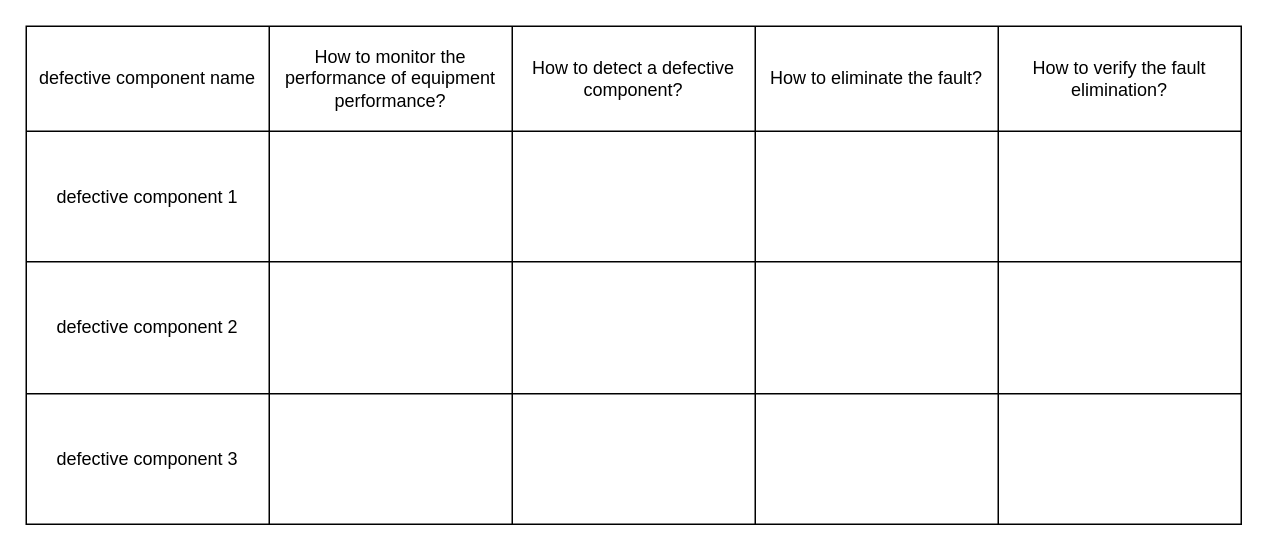
Above: Repairing the defective components.drawio in amerezoji1362/drawio-github (draw.io), before the change. Source tidied: cells renumbered, new cells numbered last; positions are measured from the earlier drawing's top-left corner, leaving out a move shared by most shapes. Both pictures are drawn from the tidied source at 150%, with x=0, y=0 at pixel (26, 26).
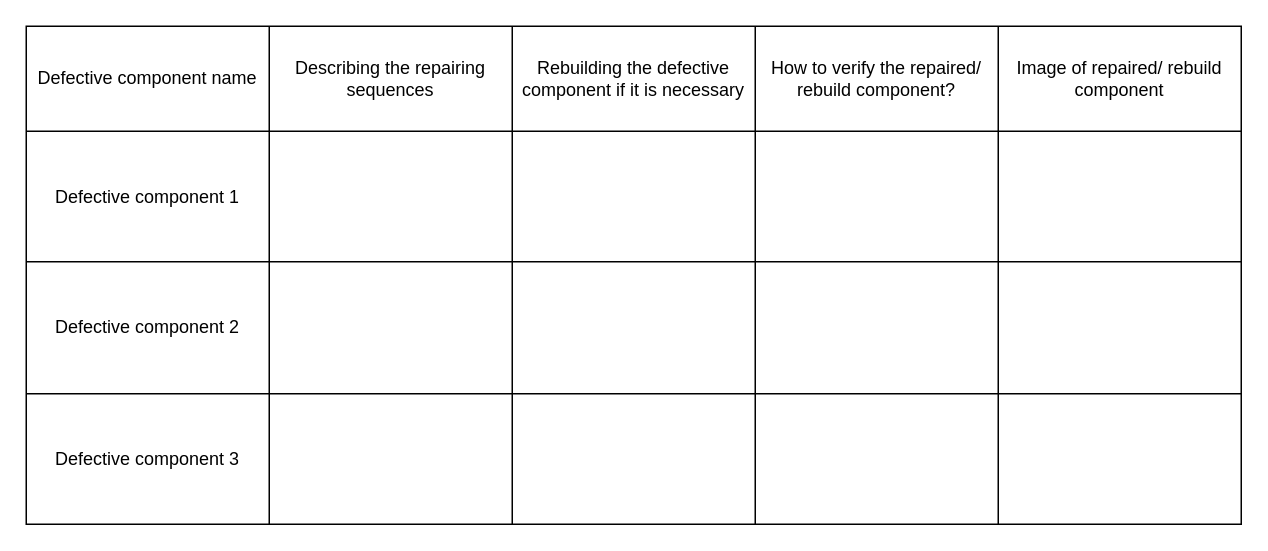
Above is the later version.

Unchanged cells that the change refers to:
```xml
<mxCell id="3" style="shape=partialRectangle;fillColor=none;top=0;left=0;bottom=0;right=0;" parent="2" vertex="1">
  <mxGeometry width="810" height="70" as="geometry" />
</mxCell>
<mxCell id="9" style="shape=partialRectangle;fillColor=none;top=0;left=0;bottom=0;right=0;" parent="2" vertex="1">
  <mxGeometry y="70" width="810" height="87" as="geometry" />
</mxCell>
<mxCell id="15" style="shape=partialRectangle;fillColor=none;top=0;left=0;bottom=0;right=0;" parent="2" vertex="1">
  <mxGeometry y="157" width="810" height="88" as="geometry" />
</mxCell>
<mxCell id="21" style="shape=partialRectangle;fillColor=none;top=0;left=0;bottom=0;right=0;" parent="2" vertex="1">
  <mxGeometry y="245" width="810" height="87" as="geometry" />
</mxCell>
```

The edit, as a diff of the source:
```diff
@@
-    <mxCell id="4" value="defective component name" style="shape=partialRectangle;html=1;whiteSpace=wrap;overflow=hidden;fillColor=none;top=0;left=0;bottom=0;right=0;" parent="3" vertex="1">
+    <mxCell id="4" value="Defective component name" style="shape=partialRectangle;html=1;whiteSpace=wrap;overflow=hidden;fillColor=none;top=0;left=0;bottom=0;right=0;" parent="3" vertex="1">
       <mxGeometry width="162" height="70" as="geometry" />
     </mxCell>
-    <mxCell id="5" value="How to monitor the performance of equipment performance?" style="shape=partialRectangle;html=1;whiteSpace=wrap;overflow=hidden;fillColor=none;top=0;left=0;bottom=0;right=0;" parent="3" vertex="1">
+    <mxCell id="5" value="Describing the repairing sequences" style="shape=partialRectangle;html=1;whiteSpace=wrap;overflow=hidden;fillColor=none;top=0;left=0;bottom=0;right=0;" parent="3" vertex="1">
       <mxGeometry x="162" width="162" height="70" as="geometry" />
     </mxCell>
-    <mxCell id="6" value="How to detect a defective component?" style="shape=partialRectangle;html=1;whiteSpace=wrap;overflow=hidden;fillColor=none;top=0;left=0;bottom=0;right=0;" parent="3" vertex="1">
+    <mxCell id="6" value="Rebuilding the defective component if it is necessary" style="shape=partialRectangle;html=1;whiteSpace=wrap;overflow=hidden;fillColor=none;top=0;left=0;bottom=0;right=0;" parent="3" vertex="1">
       <mxGeometry x="324" width="162" height="70" as="geometry" />
     </mxCell>
-    <mxCell id="7" value="How to eliminate the fault?" style="shape=partialRectangle;html=1;whiteSpace=wrap;overflow=hidden;fillColor=none;top=0;left=0;bottom=0;right=0;" parent="3" vertex="1">
+    <mxCell id="7" value="How to verify the repaired/ rebuild component?" style="shape=partialRectangle;html=1;whiteSpace=wrap;overflow=hidden;fillColor=none;top=0;left=0;bottom=0;right=0;" parent="3" vertex="1">
       <mxGeometry x="486" width="162" height="70" as="geometry" />
     </mxCell>
-    <mxCell id="8" value="How to verify the fault elimination?" style="shape=partialRectangle;html=1;whiteSpace=wrap;overflow=hidden;fillColor=none;top=0;left=0;bottom=0;right=0;" parent="3" vertex="1">
+    <mxCell id="8" value="Image of repaired/ rebuild component" style="shape=partialRectangle;html=1;whiteSpace=wrap;overflow=hidden;fillColor=none;top=0;left=0;bottom=0;right=0;" parent="3" vertex="1">
       <mxGeometry x="648" width="162" height="70" as="geometry" />
     </mxCell>
@@
-    <mxCell id="10" value="defective component 1" style="shape=partialRectangle;html=1;whiteSpace=wrap;overflow=hidden;fillColor=none;top=0;left=0;bottom=0;right=0;" parent="9" vertex="1">
+    <mxCell id="10" value="Defective component 1" style="shape=partialRectangle;html=1;whiteSpace=wrap;overflow=hidden;fillColor=none;top=0;left=0;bottom=0;right=0;" parent="9" vertex="1">
       <mxGeometry width="162" height="87" as="geometry" />
     </mxCell>
@@
-    <mxCell id="16" value="defective component 2" style="shape=partialRectangle;html=1;whiteSpace=wrap;overflow=hidden;fillColor=none;top=0;left=0;bottom=0;right=0;" parent="15" vertex="1">
+    <mxCell id="16" value="Defective component 2" style="shape=partialRectangle;html=1;whiteSpace=wrap;overflow=hidden;fillColor=none;top=0;left=0;bottom=0;right=0;" parent="15" vertex="1">
       <mxGeometry width="162" height="88" as="geometry" />
     </mxCell>
@@
-    <mxCell id="22" value="defective component 3" style="shape=partialRectangle;html=1;whiteSpace=wrap;overflow=hidden;fillColor=none;top=0;left=0;bottom=0;right=0;" parent="21" vertex="1">
+    <mxCell id="22" value="Defective component 3" style="shape=partialRectangle;html=1;whiteSpace=wrap;overflow=hidden;fillColor=none;top=0;left=0;bottom=0;right=0;" parent="21" vertex="1">
       <mxGeometry width="162" height="87" as="geometry" />
     </mxCell>
```
